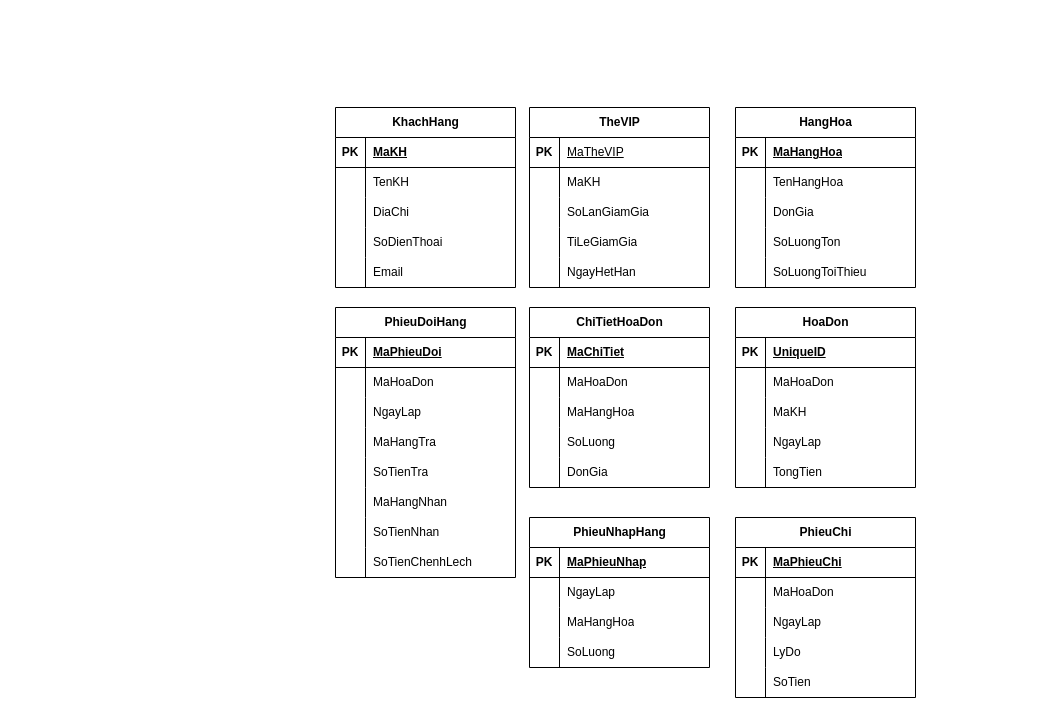
Above: hqtCSDL.drawio in kienkohai1/test (draw.io), before the change. Source tidied: cells renumbered, new cells numbered last; positions are measured from the earlier drawing's top-left corner, leaving out a move shared by most shapes. Both pictures are drawn from the tidied source at 100%, with x=0, y=0 at pixel (335, 107).
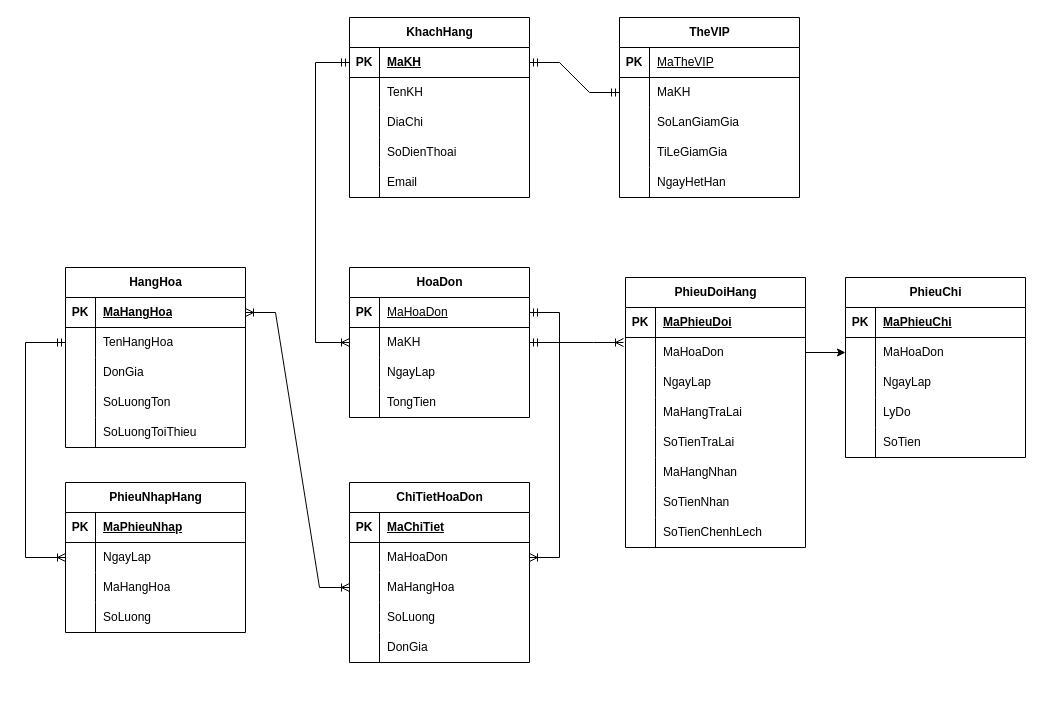
Above is the later version.

Commit message:
Cập nhật hqtCSDL.drawio

The change refers to these unchanged cells:
```xml
<mxCell id="3" style="shape=tableRow;horizontal=0;startSize=0;swimlaneHead=0;swimlaneBody=0;fillColor=none;points=[[0,0.5],[1,0.5]];portConstraint=eastwest;top=0;left=0;right=0;bottom=1;" parent="2" vertex="1">
  <mxGeometry y="30" width="180" height="30" as="geometry" />
</mxCell>
<mxCell id="22" style="shape=tableRow;horizontal=0;startSize=0;swimlaneHead=0;swimlaneBody=0;fillColor=none;points=[[0,0.5],[1,0.5]];portConstraint=eastwest;top=0;left=0;right=0;bottom=0;" parent="18" vertex="1">
  <mxGeometry y="60" width="180" height="30" as="geometry" />
</mxCell>
<mxCell id="35" style="shape=tableRow;horizontal=0;startSize=0;swimlaneHead=0;swimlaneBody=0;fillColor=none;points=[[0,0.5],[1,0.5]];portConstraint=eastwest;top=0;left=0;right=0;bottom=1;" parent="34" vertex="1">
  <mxGeometry y="30" width="180" height="30" as="geometry" />
</mxCell>
<mxCell id="38" style="shape=tableRow;horizontal=0;startSize=0;swimlaneHead=0;swimlaneBody=0;fillColor=none;points=[[0,0.5],[1,0.5]];portConstraint=eastwest;top=0;left=0;right=0;bottom=0;" parent="34" vertex="1">
  <mxGeometry y="60" width="180" height="30" as="geometry" />
</mxCell>
<mxCell id="51" style="shape=tableRow;horizontal=0;startSize=0;swimlaneHead=0;swimlaneBody=0;fillColor=none;points=[[0,0.5],[1,0.5]];portConstraint=eastwest;top=0;left=0;right=0;bottom=1;" parent="50" vertex="1">
  <mxGeometry y="30" width="180" height="30" as="geometry" />
</mxCell>
<mxCell id="70" style="shape=tableRow;horizontal=0;startSize=0;swimlaneHead=0;swimlaneBody=0;fillColor=none;points=[[0,0.5],[1,0.5]];portConstraint=eastwest;top=0;left=0;right=0;bottom=0;" parent="66" vertex="1">
  <mxGeometry y="60" width="180" height="30" as="geometry" />
</mxCell>
<mxCell id="73" style="shape=tableRow;horizontal=0;startSize=0;swimlaneHead=0;swimlaneBody=0;fillColor=none;points=[[0,0.5],[1,0.5]];portConstraint=eastwest;top=0;left=0;right=0;bottom=0;" parent="66" vertex="1">
  <mxGeometry y="90" width="180" height="30" as="geometry" />
</mxCell>
<mxCell id="86" style="shape=tableRow;horizontal=0;startSize=0;swimlaneHead=0;swimlaneBody=0;fillColor=none;points=[[0,0.5],[1,0.5]];portConstraint=eastwest;top=0;left=0;right=0;bottom=0;" parent="82" vertex="1">
  <mxGeometry y="60" width="180" height="30" as="geometry" />
</mxCell>
<mxCell id="92" style="shape=tableRow;horizontal=0;startSize=0;swimlaneHead=0;swimlaneBody=0;fillColor=none;top=0;left=0;right=0;bottom=0;" parent="82" vertex="1">
  <mxGeometry y="120" width="180" height="30" as="geometry" />
</mxCell>
<mxCell id="95" style="shape=tableRow;horizontal=0;startSize=0;swimlaneHead=0;swimlaneBody=0;fillColor=none;top=0;left=0;right=0;bottom=0;" parent="82" vertex="1">
  <mxGeometry y="150" width="180" height="30" as="geometry" />
</mxCell>
<mxCell id="111" style="shape=tableRow;horizontal=0;startSize=0;swimlaneHead=0;swimlaneBody=0;fillColor=none;points=[[0,0.5],[1,0.5]];portConstraint=eastwest;top=0;left=0;right=0;bottom=0;" parent="107" vertex="1">
  <mxGeometry y="60" width="180" height="30" as="geometry" />
</mxCell>
<mxCell id="127" style="shape=tableRow;horizontal=0;startSize=0;swimlaneHead=0;swimlaneBody=0;fillColor=none;points=[[0,0.5],[1,0.5]];portConstraint=eastwest;top=0;left=0;right=0;bottom=0;" parent="123" vertex="1">
  <mxGeometry y="60" width="180" height="30" as="geometry" />
</mxCell>
```

Change to the diagram source:
```diff
@@
     <mxCell id="2" value="KhachHang" style="shape=table;startSize=30;childLayout=tableLayout;rowLines=0;fontStyle=1;align=center;html=1;" parent="1" vertex="1">
-      <mxGeometry width="180" height="180" as="geometry" />
+      <mxGeometry x="14" y="-90" width="180" height="180" as="geometry" />
     </mxCell>
@@
     <mxCell id="18" value="TheVIP" style="shape=table;startSize=30;childLayout=tableLayout;rowLines=0;fontStyle=1;align=center;html=1;" parent="1" vertex="1">
-      <mxGeometry x="194" width="180" height="180" as="geometry" />
+      <mxGeometry x="284" y="-90" width="180" height="180" as="geometry" />
     </mxCell>
@@
     <mxCell id="34" value="HangHoa" style="shape=table;startSize=30;childLayout=tableLayout;rowLines=0;fontStyle=1;align=center;html=1;" parent="1" vertex="1">
-      <mxGeometry x="400" width="180" height="180" as="geometry" />
+      <mxGeometry x="-270" y="160" width="180" height="180" as="geometry" />
     </mxCell>
@@
     <mxCell id="50" value="HoaDon" style="shape=table;startSize=30;childLayout=tableLayout;rowLines=0;fontStyle=1;align=center;html=1;" parent="1" vertex="1">
-      <mxGeometry x="400" y="200" width="180" height="180" as="geometry" />
+      <mxGeometry x="14" y="160" width="180" height="150" as="geometry" />
     </mxCell>
@@
-    <mxCell id="53" value="UniqueID" style="shape=partialRectangle;fillColor=none;top=0;left=0;bottom=0;right=0;align=left;spacingLeft=6;fontStyle=5;overflow=hidden;whiteSpace=wrap;html=1;" parent="51" vertex="1">
+    <mxCell id="53" value="&lt;span style=&quot;font-weight: 400;&quot;&gt;MaHoaDon&lt;/span&gt;" style="shape=partialRectangle;fillColor=none;top=0;left=0;bottom=0;right=0;align=left;spacingLeft=6;fontStyle=5;overflow=hidden;whiteSpace=wrap;html=1;" parent="51" vertex="1">
       <mxGeometry x="30" width="150" height="30" as="geometry" />
     </mxCell>
-    <mxCell id="54" style="shape=tableRow;horizontal=0;startSize=0;swimlaneHead=0;swimlaneBody=0;fillColor=none;top=0;left=0;right=0;bottom=0;" parent="50" vertex="1">
-      <mxGeometry y="60" width="180" height="30" as="geometry" />
-    </mxCell>
-    <mxCell id="55" style="shape=partialRectangle;fillColor=none;top=0;left=0;bottom=0;right=0;overflow=hidden;whiteSpace=wrap;html=1;" parent="54" vertex="1">
-      <mxGeometry width="30" height="30" as="geometry" />
-    </mxCell>
-    <mxCell id="56" value="MaHoaDon" style="shape=partialRectangle;fillColor=none;top=0;left=0;bottom=0;right=0;align=left;spacingLeft=6;overflow=hidden;whiteSpace=wrap;html=1;" parent="54" vertex="1">
-      <mxGeometry x="30" width="150" height="30" as="geometry" />
-    </mxCell>
     <mxCell id="57" style="shape=tableRow;horizontal=0;startSize=0;swimlaneHead=0;swimlaneBody=0;fillColor=none;points=[[0,0.5],[1,0.5]];portConstraint=eastwest;top=0;left=0;right=0;bottom=0;" parent="50" vertex="1">
-      <mxGeometry y="90" width="180" height="30" as="geometry" />
+      <mxGeometry y="60" width="180" height="30" as="geometry" />
     </mxCell>
@@
     <mxCell id="60" style="shape=tableRow;horizontal=0;startSize=0;swimlaneHead=0;swimlaneBody=0;fillColor=none;top=0;left=0;right=0;bottom=0;" parent="50" vertex="1">
-      <mxGeometry y="120" width="180" height="30" as="geometry" />
+      <mxGeometry y="90" width="180" height="30" as="geometry" />
     </mxCell>
@@
     <mxCell id="63" style="shape=tableRow;horizontal=0;startSize=0;swimlaneHead=0;swimlaneBody=0;fillColor=none;top=0;left=0;right=0;bottom=0;" parent="50" vertex="1">
-      <mxGeometry y="150" width="180" height="30" as="geometry" />
+      <mxGeometry y="120" width="180" height="30" as="geometry" />
     </mxCell>
@@
     <mxCell id="66" value="ChiTietHoaDon" style="shape=table;startSize=30;childLayout=tableLayout;rowLines=0;fontStyle=1;align=center;html=1;" parent="1" vertex="1">
-      <mxGeometry x="194" y="200" width="180" height="180" as="geometry" />
+      <mxGeometry x="14" y="375" width="180" height="180" as="geometry" />
     </mxCell>
@@
     <mxCell id="82" value="PhieuDoiHang" style="shape=table;startSize=30;childLayout=tableLayout;rowLines=0;fontStyle=1;align=center;html=1;" parent="1" vertex="1">
-      <mxGeometry y="200" width="180" height="270" as="geometry" />
+      <mxGeometry x="290" y="170" width="180" height="270" as="geometry" />
     </mxCell>
@@
-    <mxCell id="94" value="MaHangTra" style="shape=partialRectangle;fillColor=none;top=0;left=0;bottom=0;right=0;align=left;spacingLeft=6;overflow=hidden;whiteSpace=wrap;html=1;" parent="92" vertex="1">
+    <mxCell id="94" value="MaHangTraLai" style="shape=partialRectangle;fillColor=none;top=0;left=0;bottom=0;right=0;align=left;spacingLeft=6;overflow=hidden;whiteSpace=wrap;html=1;" parent="92" vertex="1">
       <mxGeometry x="30" width="150" height="30" as="geometry" />
     </mxCell>
@@
-    <mxCell id="97" value="SoTienTra" style="shape=partialRectangle;fillColor=none;top=0;left=0;bottom=0;right=0;align=left;spacingLeft=6;overflow=hidden;whiteSpace=wrap;html=1;" parent="95" vertex="1">
+    <mxCell id="97" value="SoTienTraLai" style="shape=partialRectangle;fillColor=none;top=0;left=0;bottom=0;right=0;align=left;spacingLeft=6;overflow=hidden;whiteSpace=wrap;html=1;" parent="95" vertex="1">
       <mxGeometry x="30" width="150" height="30" as="geometry" />
     </mxCell>
@@
     <mxCell id="107" value="PhieuChi" style="shape=table;startSize=30;childLayout=tableLayout;rowLines=0;fontStyle=1;align=center;html=1;" parent="1" vertex="1">
-      <mxGeometry x="400" y="410" width="180" height="180" as="geometry" />
+      <mxGeometry x="510" y="170" width="180" height="180" as="geometry" />
     </mxCell>
@@
     <mxCell id="123" value="PhieuNhapHang" style="shape=table;startSize=30;childLayout=tableLayout;rowLines=0;fontStyle=1;align=center;html=1;" parent="1" vertex="1">
-      <mxGeometry x="194" y="410" width="180" height="150" as="geometry" />
+      <mxGeometry x="-270" y="375" width="180" height="150" as="geometry" />
     </mxCell>
@@
+    <mxCell id="136" style="edgeStyle=entityRelationEdgeStyle;fontSize=12;html=1;endArrow=ERmandOne;startArrow=ERmandOne;rounded=0;entryX=1;entryY=0.5;entryDx=0;entryDy=0;exitX=0;exitY=0.5;exitDx=0;exitDy=0;" parent="1" edge="1" source="22" target="3">
+      <mxGeometry relative="1" as="geometry" />
+    </mxCell>
+    <mxCell id="137" style="edgeStyle=entityRelationEdgeStyle;fontSize=12;html=1;endArrow=ERoneToMany;startArrow=ERmandOne;rounded=0;exitX=1;exitY=0.5;exitDx=0;exitDy=0;entryX=1;entryY=0.5;entryDx=0;entryDy=0;" parent="1" edge="1" source="51" target="70">
+      <mxGeometry relative="1" as="geometry" />
+    </mxCell>
+    <mxCell id="138" style="fontSize=12;html=1;endArrow=ERoneToMany;startArrow=ERmandOne;rounded=0;entryX=0;entryY=0.5;entryDx=0;entryDy=0;exitX=0;exitY=0.5;exitDx=0;exitDy=0;edgeStyle=orthogonalEdgeStyle;" parent="1" edge="1" source="3" target="57">
+      <mxGeometry relative="1" as="geometry">
+        <Array as="points">
+          <mxPoint x="-20" y="-45" />
+          <mxPoint x="-20" y="235" />
+        </Array>
+      </mxGeometry>
+    </mxCell>
+    <mxCell id="139" style="edgeStyle=entityRelationEdgeStyle;fontSize=12;html=1;endArrow=ERoneToMany;startArrow=ERmandOne;rounded=0;entryX=0;entryY=0.5;entryDx=0;entryDy=0;" parent="1" edge="1" source="50">
+      <mxGeometry relative="1" as="geometry">
+        <mxPoint x="288" y="235" as="targetPoint" />
+      </mxGeometry>
+    </mxCell>
+    <mxCell id="140" style="edgeStyle=none;rounded=0;jettySize=auto;html=1;entryX=0;entryY=0.5;entryDx=0;entryDy=0;" parent="1" edge="1" source="86" target="111">
+      <mxGeometry relative="1" as="geometry" />
+    </mxCell>
+    <mxCell id="141" style="edgeStyle=entityRelationEdgeStyle;fontSize=12;html=1;endArrow=ERoneToMany;startArrow=ERoneToMany;rounded=0;exitX=1;exitY=0.5;exitDx=0;exitDy=0;entryX=0;entryY=0.5;entryDx=0;entryDy=0;" parent="1" edge="1" source="35" target="73">
+      <mxGeometry relative="1" as="geometry" />
+    </mxCell>
+    <mxCell id="142" style="edgeStyle=orthogonalEdgeStyle;fontSize=12;html=1;endArrow=ERoneToMany;startArrow=ERmandOne;rounded=0;exitX=0;exitY=0.5;exitDx=0;exitDy=0;entryX=0;entryY=0.5;entryDx=0;entryDy=0;" parent="1" edge="1" source="38" target="127">
+      <mxGeometry relative="1" as="geometry">
+        <Array as="points">
+          <mxPoint x="-310" y="235" />
+          <mxPoint x="-310" y="450" />
+        </Array>
+      </mxGeometry>
+    </mxCell>
```
